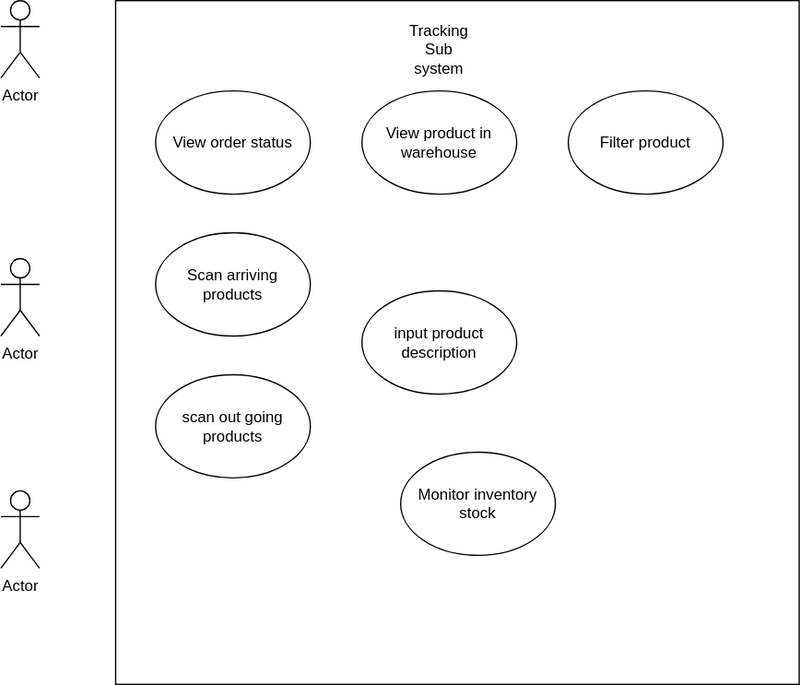
Earlier version of the draw.io export tracking.svg (Simamkele88/IFM3_GP). Source tidied: cells renumbered, new cells last; positions are measured from the earlier drawing's top-left corner, leaving out a move shared by most shapes.
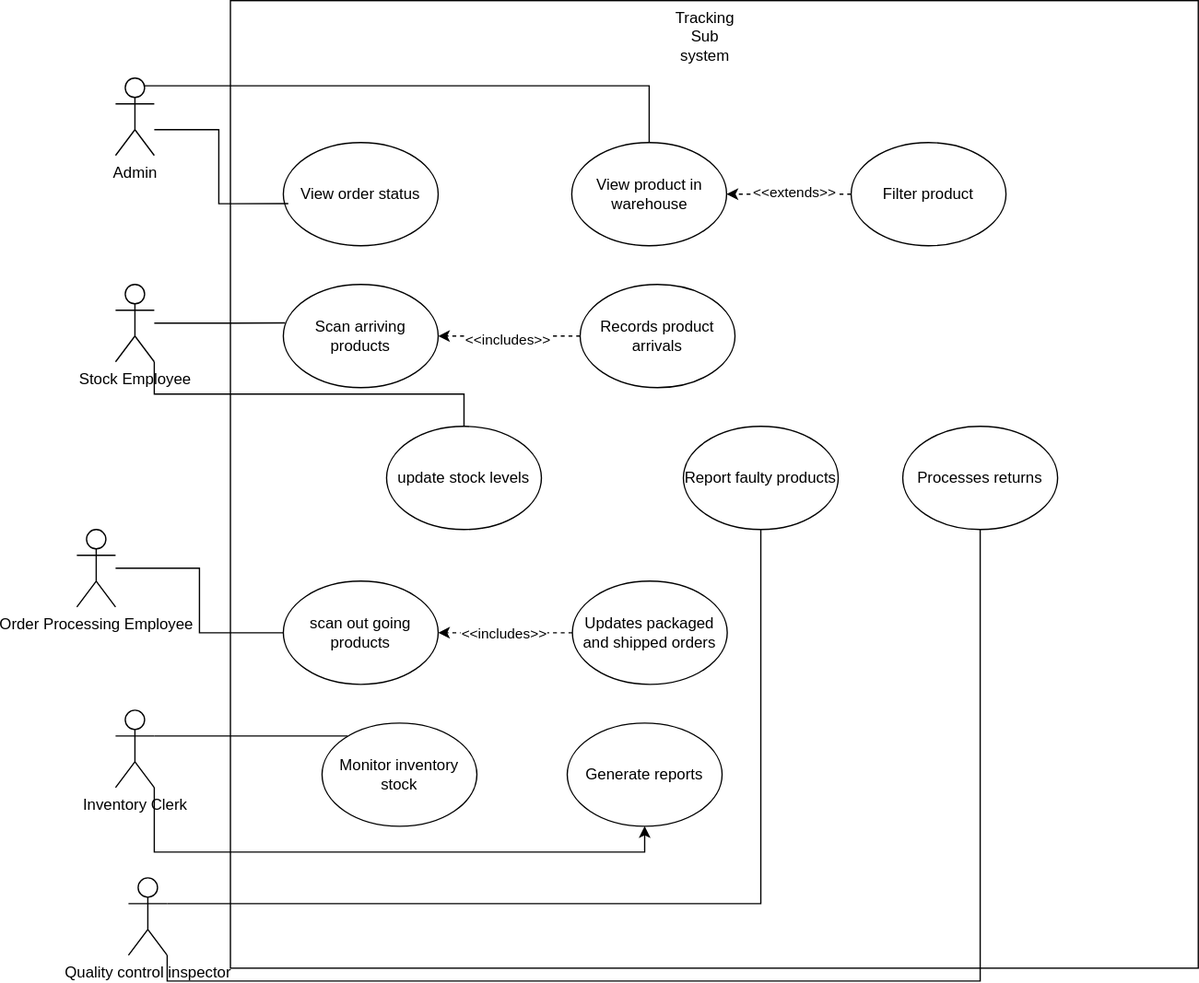
After the commit.

The edit, as a diff of the source:
```diff
@@ -3,40 +3,111 @@
     <mxCell id="0" />
     <mxCell id="1" parent="0" />
     <mxCell id="2" style="whiteSpace=wrap;html=1;" parent="1" vertex="1">
-      <mxGeometry x="89" width="530" height="530" as="geometry" />
+      <mxGeometry x="89" y="-60" width="750" height="750" as="geometry" />
     </mxCell>
+    <mxCell id="14" style="edgeStyle=orthogonalEdgeStyle;rounded=0;jettySize=auto;html=1;exitX=0.75;exitY=0.1;exitDx=0;exitDy=0;exitPerimeter=0;entryX=0.5;entryY=0;entryDx=0;entryDy=0;endArrow=none;startFill=0;" parent="1" edge="1" source="3" target="11">
+      <mxGeometry relative="1" as="geometry" />
+    </mxCell>
-    <mxCell id="3" value="Actor" style="shape=umlActor;verticalLabelPosition=bottom;verticalAlign=top;html=1;outlineConnect=0;" parent="1" vertex="1">
+    <mxCell id="3" value="Admin" style="shape=umlActor;verticalLabelPosition=bottom;verticalAlign=top;html=1;outlineConnect=0;" parent="1" vertex="1">
       <mxGeometry width="30" height="60" as="geometry" />
     </mxCell>
+    <mxCell id="15" style="edgeStyle=orthogonalEdgeStyle;rounded=0;jettySize=auto;html=1;entryX=0.012;entryY=0.372;entryDx=0;entryDy=0;entryPerimeter=0;endArrow=none;startFill=0;" parent="1" edge="1" source="4" target="9">
+      <mxGeometry relative="1" as="geometry" />
+    </mxCell>
+    <mxCell id="16" style="edgeStyle=orthogonalEdgeStyle;rounded=0;jettySize=auto;html=1;exitX=1;exitY=1;exitDx=0;exitDy=0;exitPerimeter=0;entryX=0.5;entryY=0;entryDx=0;entryDy=0;endArrow=none;startFill=0;" parent="1" edge="1" source="4" target="24">
+      <mxGeometry relative="1" as="geometry" />
+    </mxCell>
-    <mxCell id="4" value="Actor" style="shape=umlActor;verticalLabelPosition=bottom;verticalAlign=top;html=1;outlineConnect=0;" parent="1" vertex="1">
-      <mxGeometry y="200" width="30" height="60" as="geometry" />
+    <mxCell id="4" value="Stock Employee" style="shape=umlActor;verticalLabelPosition=bottom;verticalAlign=top;html=1;outlineConnect=0;" parent="1" vertex="1">
+      <mxGeometry y="160" width="30" height="60" as="geometry" />
     </mxCell>
+    <mxCell id="17" style="edgeStyle=orthogonalEdgeStyle;rounded=0;jettySize=auto;html=1;endArrow=none;startFill=0;" parent="1" edge="1" source="5" target="13">
+      <mxGeometry relative="1" as="geometry" />
+    </mxCell>
-    <mxCell id="5" value="Actor" style="shape=umlActor;verticalLabelPosition=bottom;verticalAlign=top;html=1;outlineConnect=0;" parent="1" vertex="1">
-      <mxGeometry y="380" width="30" height="60" as="geometry" />
+    <mxCell id="5" value="Order Processing Employee" style="shape=umlActor;verticalLabelPosition=bottom;verticalAlign=top;html=1;outlineConnect=0;" parent="1" vertex="1">
+      <mxGeometry x="-30" y="350" width="30" height="60" as="geometry" />
     </mxCell>
     <mxCell id="6" value="View order status" style="ellipse;whiteSpace=wrap;html=1;" parent="1" vertex="1">
-      <mxGeometry x="120" y="70" width="120" height="80" as="geometry" />
+      <mxGeometry x="130" y="50" width="120" height="80" as="geometry" />
     </mxCell>
     <mxCell id="7" value="Tracking Sub system&lt;div&gt;&lt;br&gt;&lt;/div&gt;" style="text;html=1;align=center;verticalAlign=middle;whiteSpace=wrap;rounded=0;" parent="1" vertex="1">
-      <mxGeometry x="310" y="30" width="60" height="30" as="geometry" />
+      <mxGeometry x="426.5" y="-40" width="60" height="30" as="geometry" />
     </mxCell>
-    <mxCell id="8" value="input product description" style="ellipse;whiteSpace=wrap;html=1;" parent="1" vertex="1">
-      <mxGeometry x="280" y="225" width="120" height="80" as="geometry" />
+    <mxCell id="8" value="Processes returns" style="ellipse;whiteSpace=wrap;html=1;" parent="1" vertex="1">
+      <mxGeometry x="610" y="270" width="120" height="80" as="geometry" />
     </mxCell>
     <mxCell id="9" value="Scan arriving products" style="ellipse;whiteSpace=wrap;html=1;" parent="1" vertex="1">
-      <mxGeometry x="120" y="180" width="120" height="80" as="geometry" />
+      <mxGeometry x="130" y="160" width="120" height="80" as="geometry" />
     </mxCell>
+    <mxCell id="18" style="edgeStyle=orthogonalEdgeStyle;rounded=0;jettySize=auto;html=1;entryX=1;entryY=0.5;entryDx=0;entryDy=0;dashed=1;" parent="1" edge="1" source="10" target="11">
+      <mxGeometry relative="1" as="geometry" />
+    </mxCell>
+    <mxCell id="19" value="&amp;lt;&amp;lt;extends&amp;gt;&amp;gt;" style="edgeLabel;html=1;align=center;verticalAlign=middle;" parent="18" vertex="1">
+      <mxGeometry x="-0.07" y="-2" relative="1" as="geometry" />
+    </mxCell>
     <mxCell id="10" value="Filter product" style="ellipse;whiteSpace=wrap;html=1;" parent="1" vertex="1">
-      <mxGeometry x="440" y="70" width="120" height="80" as="geometry" />
+      <mxGeometry x="570" y="50" width="120" height="80" as="geometry" />
     </mxCell>
     <mxCell id="11" value="View product in warehouse" style="ellipse;whiteSpace=wrap;html=1;" parent="1" vertex="1">
-      <mxGeometry x="280" y="70" width="120" height="80" as="geometry" />
+      <mxGeometry x="353.5" y="50" width="120" height="80" as="geometry" />
     </mxCell>
     <mxCell id="12" value="Monitor inventory stock" style="ellipse;whiteSpace=wrap;html=1;" parent="1" vertex="1">
-      <mxGeometry x="310" y="350" width="120" height="80" as="geometry" />
+      <mxGeometry x="160" y="500" width="120" height="80" as="geometry" />
     </mxCell>
     <mxCell id="13" value="scan out going products" style="ellipse;whiteSpace=wrap;html=1;" parent="1" vertex="1">
-      <mxGeometry x="120" y="290" width="120" height="80" as="geometry" />
+      <mxGeometry x="130" y="390" width="120" height="80" as="geometry" />
     </mxCell>
+    <mxCell id="20" value="Report faulty products" style="ellipse;whiteSpace=wrap;html=1;" parent="1" vertex="1">
+      <mxGeometry x="440" y="270" width="120" height="80" as="geometry" />
+    </mxCell>
+    <mxCell id="21" style="edgeStyle=orthogonalEdgeStyle;rounded=0;jettySize=auto;html=1;entryX=1;entryY=0.5;entryDx=0;entryDy=0;dashed=1;" parent="1" edge="1" source="23" target="9">
+      <mxGeometry relative="1" as="geometry" />
+    </mxCell>
+    <mxCell id="22" value="&amp;lt;&amp;lt;includes&amp;gt;&amp;gt;" style="edgeLabel;html=1;align=center;verticalAlign=middle;" parent="21" vertex="1">
+      <mxGeometry x="0.04" y="2" relative="1" as="geometry" />
+    </mxCell>
+    <mxCell id="23" value="Records product arrivals " style="ellipse;whiteSpace=wrap;html=1;" parent="1" vertex="1">
+      <mxGeometry x="360" y="160" width="120" height="80" as="geometry" />
+    </mxCell>
+    <mxCell id="24" value="update stock levels" style="ellipse;whiteSpace=wrap;html=1;" parent="1" vertex="1">
+      <mxGeometry x="210" y="270" width="120" height="80" as="geometry" />
+    </mxCell>
+    <mxCell id="25" style="edgeStyle=orthogonalEdgeStyle;rounded=0;jettySize=auto;html=1;entryX=1;entryY=0.5;entryDx=0;entryDy=0;dashed=1;" parent="1" edge="1" source="27" target="13">
+      <mxGeometry relative="1" as="geometry" />
+    </mxCell>
+    <mxCell id="26" value="&amp;lt;&amp;lt;includes&amp;gt;&amp;gt;" style="edgeLabel;html=1;align=center;verticalAlign=middle;" parent="25" vertex="1">
+      <mxGeometry x="0.03" relative="1" as="geometry" />
+    </mxCell>
+    <mxCell id="27" value="Updates packaged and shipped orders" style="ellipse;whiteSpace=wrap;html=1;" parent="1" vertex="1">
+      <mxGeometry x="354" y="390" width="120" height="80" as="geometry" />
+    </mxCell>
+    <mxCell id="28" style="edgeStyle=orthogonalEdgeStyle;rounded=0;jettySize=auto;html=1;exitX=1;exitY=0.3333333333333333;exitDx=0;exitDy=0;exitPerimeter=0;entryX=0.5;entryY=1;entryDx=0;entryDy=0;endArrow=none;startFill=0;" parent="1" edge="1" source="30" target="20">
+      <mxGeometry relative="1" as="geometry" />
+    </mxCell>
+    <mxCell id="29" style="edgeStyle=orthogonalEdgeStyle;rounded=0;jettySize=auto;html=1;exitX=1;exitY=1;exitDx=0;exitDy=0;exitPerimeter=0;endArrow=none;startFill=0;" parent="1" edge="1" source="30" target="8">
+      <mxGeometry relative="1" as="geometry" />
+    </mxCell>
+    <mxCell id="30" value="Quality control inspector" style="shape=umlActor;verticalLabelPosition=bottom;verticalAlign=top;html=1;outlineConnect=0;" parent="1" vertex="1">
+      <mxGeometry x="10" y="620" width="30" height="60" as="geometry" />
+    </mxCell>
+    <mxCell id="31" value="Generate reports" style="ellipse;whiteSpace=wrap;html=1;" parent="1" vertex="1">
+      <mxGeometry x="350" y="500" width="120" height="80" as="geometry" />
+    </mxCell>
+    <mxCell id="32" style="edgeStyle=orthogonalEdgeStyle;rounded=0;jettySize=auto;html=1;exitX=1;exitY=1;exitDx=0;exitDy=0;exitPerimeter=0;entryX=0.5;entryY=1;entryDx=0;entryDy=0;" parent="1" edge="1" source="33" target="31">
+      <mxGeometry relative="1" as="geometry" />
+    </mxCell>
+    <mxCell id="33" value="Inventory Clerk" style="shape=umlActor;verticalLabelPosition=bottom;verticalAlign=top;html=1;outlineConnect=0;" parent="1" vertex="1">
+      <mxGeometry y="490" width="30" height="60" as="geometry" />
+    </mxCell>
+    <mxCell id="34" style="edgeStyle=orthogonalEdgeStyle;rounded=0;jettySize=auto;html=1;entryX=0.032;entryY=0.592;entryDx=0;entryDy=0;entryPerimeter=0;endArrow=none;startFill=0;" parent="1" edge="1" source="3" target="6">
+      <mxGeometry relative="1" as="geometry">
+        <Array as="points">
+          <mxPoint x="80" y="40" />
+          <mxPoint x="80" y="97" />
+        </Array>
+      </mxGeometry>
+    </mxCell>
+    <mxCell id="35" style="edgeStyle=orthogonalEdgeStyle;rounded=0;jettySize=auto;html=1;exitX=1;exitY=0.3333333333333333;exitDx=0;exitDy=0;exitPerimeter=0;entryX=0.121;entryY=0.76;entryDx=0;entryDy=0;entryPerimeter=0;endArrow=none;startFill=0;" parent="1" edge="1" source="33" target="2">
+      <mxGeometry relative="1" as="geometry" />
+    </mxCell>
   </root>
 </mxGraphModel>
```
